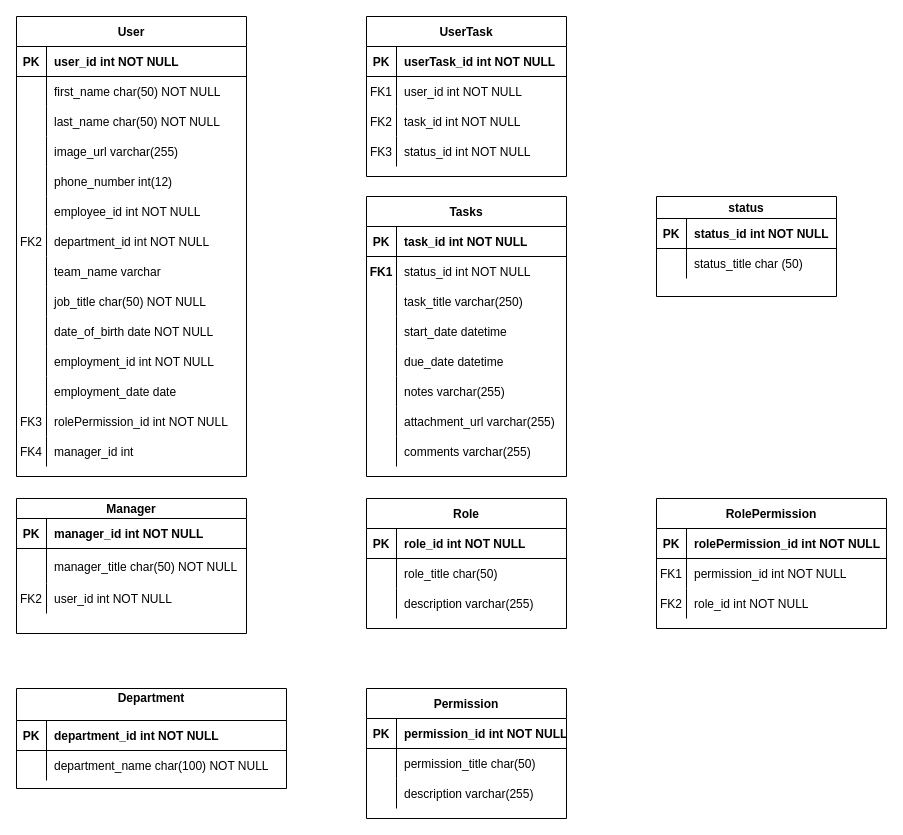
opeyemi-jonah/Employee-onboarding-app keeps this draw.io diagram as Untitled Diagram.drawio. Above is the earlier version. Source tidied: cells renumbered, new cells numbered last; positions are measured from the earlier drawing's top-left corner, leaving out a move shared by most shapes. Both pictures are drawn from the tidied source at 100%, with x=0, y=0 at pixel (16, 16).
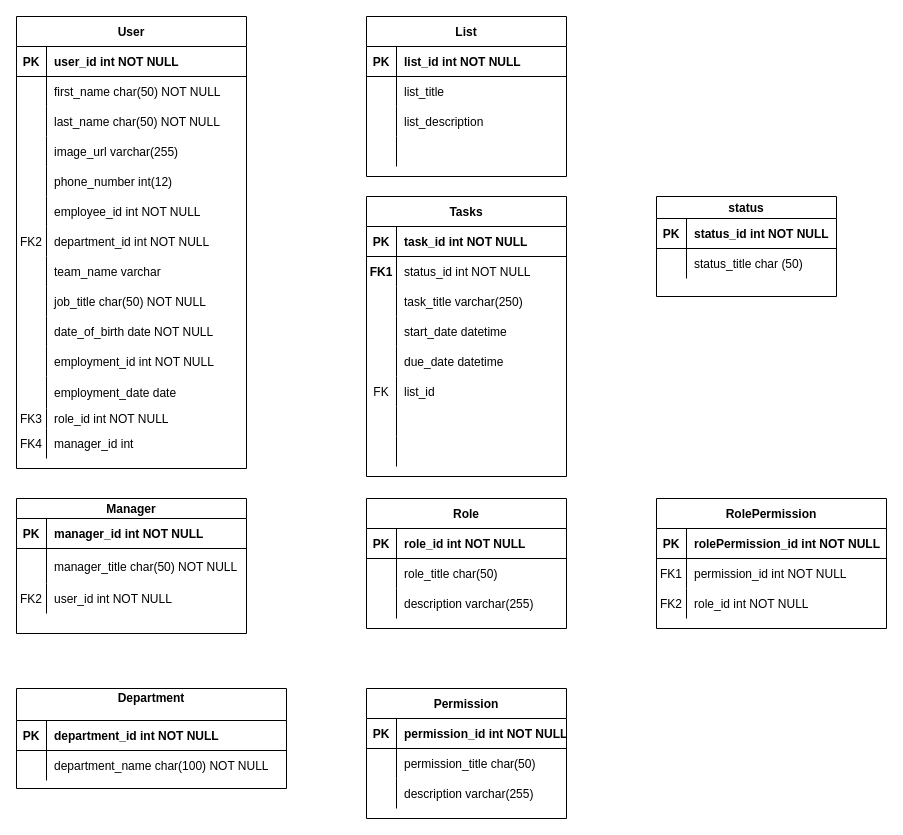
Above is the later version.

Commit message:
removed columns from Task table and created a List table

Unchanged cells that the change refers to:
```xml
<mxCell id="78" style="shape=partialRectangle;fillColor=none;top=0;left=0;right=0;bottom=0;" parent="62" vertex="1">
  <mxGeometry y="180" width="200" height="30" as="geometry" />
</mxCell>
<mxCell id="81" style="shape=partialRectangle;fillColor=none;top=0;left=0;right=0;bottom=0;" parent="62" vertex="1">
  <mxGeometry y="210" width="200" height="30" as="geometry" />
</mxCell>
<mxCell id="84" style="shape=partialRectangle;fillColor=none;top=0;left=0;right=0;bottom=0;" parent="62" vertex="1">
  <mxGeometry y="240" width="200" height="30" as="geometry" />
</mxCell>
<mxCell id="125" style="shape=partialRectangle;fillColor=none;top=0;left=0;right=0;bottom=1;" parent="124" vertex="1">
  <mxGeometry y="30" width="200" height="30" as="geometry" />
</mxCell>
<mxCell id="128" style="shape=partialRectangle;fillColor=none;top=0;left=0;right=0;bottom=0;" parent="124" vertex="1">
  <mxGeometry y="60" width="200" height="30" as="geometry" />
</mxCell>
<mxCell id="131" style="shape=partialRectangle;fillColor=none;top=0;left=0;right=0;bottom=0;" parent="124" vertex="1">
  <mxGeometry y="90" width="200" height="30" as="geometry" />
</mxCell>
<mxCell id="134" style="shape=partialRectangle;fillColor=none;top=0;left=0;right=0;bottom=0;" parent="124" vertex="1">
  <mxGeometry y="120" width="200" height="30" as="geometry" />
</mxCell>
```

Change to the diagram source:
```diff
@@
     <mxCell id="19" value="User" style="shape=table;startSize=30;childLayout=tableLayout;rowLines=0;fontStyle=1;align=center;" parent="1" vertex="1">
-      <mxGeometry width="230" height="460" as="geometry" />
+      <mxGeometry width="230" height="452" as="geometry" />
     </mxCell>
@@
     <mxCell id="53" style="shape=partialRectangle;fillColor=none;top=0;left=0;right=0;bottom=0;" parent="19" vertex="1">
-      <mxGeometry y="360" width="230" height="30" as="geometry" />
+      <mxGeometry y="360" width="230" height="32" as="geometry" />
     </mxCell>
     <mxCell id="54" style="shape=partialRectangle;overflow=hidden;fillColor=none;top=0;left=0;bottom=0;right=0;" parent="53" vertex="1">
-      <mxGeometry width="30" height="30" as="geometry" />
+      <mxGeometry width="30" height="32" as="geometry" />
     </mxCell>
     <mxCell id="55" value="employment_date date" style="shape=partialRectangle;overflow=hidden;fillColor=none;top=0;left=0;bottom=0;right=0;align=left;spacingLeft=6;" parent="53" vertex="1">
-      <mxGeometry x="30" width="200" height="30" as="geometry" />
+      <mxGeometry x="30" width="200" height="32" as="geometry" />
     </mxCell>
     <mxCell id="56" style="shape=partialRectangle;fillColor=none;top=0;left=0;right=0;bottom=0;" parent="19" vertex="1">
-      <mxGeometry y="390" width="230" height="30" as="geometry" />
+      <mxGeometry y="392" width="230" height="20" as="geometry" />
     </mxCell>
     <mxCell id="57" value="FK3" style="shape=partialRectangle;overflow=hidden;fillColor=none;top=0;left=0;bottom=0;right=0;" parent="56" vertex="1">
-      <mxGeometry width="30" height="30" as="geometry" />
+      <mxGeometry width="30" height="20" as="geometry" />
     </mxCell>
-    <mxCell id="58" value="rolePermission_id int NOT NULL" style="shape=partialRectangle;overflow=hidden;fillColor=none;top=0;left=0;bottom=0;right=0;align=left;spacingLeft=6;" parent="56" vertex="1">
-      <mxGeometry x="30" width="200" height="30" as="geometry" />
+    <mxCell id="58" value="role_id int NOT NULL" style="shape=partialRectangle;overflow=hidden;fillColor=none;top=0;left=0;bottom=0;right=0;align=left;spacingLeft=6;" parent="56" vertex="1">
+      <mxGeometry x="30" width="200" height="20" as="geometry" />
     </mxCell>
     <mxCell id="59" style="shape=partialRectangle;fillColor=none;top=0;left=0;right=0;bottom=0;" parent="19" vertex="1">
-      <mxGeometry y="420" width="230" height="30" as="geometry" />
+      <mxGeometry y="412" width="230" height="30" as="geometry" />
     </mxCell>
@@
-    <mxCell id="79" style="shape=partialRectangle;overflow=hidden;fillColor=none;top=0;left=0;bottom=0;right=0;" parent="78" vertex="1">
+    <mxCell id="79" value="FK" style="shape=partialRectangle;overflow=hidden;fillColor=none;top=0;left=0;bottom=0;right=0;" parent="78" vertex="1">
       <mxGeometry width="30" height="30" as="geometry" />
     </mxCell>
-    <mxCell id="80" value="notes varchar(255)" style="shape=partialRectangle;overflow=hidden;fillColor=none;top=0;left=0;bottom=0;right=0;align=left;spacingLeft=6;" parent="78" vertex="1">
+    <mxCell id="80" value="list_id" style="shape=partialRectangle;overflow=hidden;fillColor=none;top=0;left=0;bottom=0;right=0;align=left;spacingLeft=6;" parent="78" vertex="1">
       <mxGeometry x="30" width="170" height="30" as="geometry" />
     </mxCell>
@@
-    <mxCell id="83" value="attachment_url varchar(255)" style="shape=partialRectangle;overflow=hidden;fillColor=none;top=0;left=0;bottom=0;right=0;align=left;spacingLeft=6;" parent="81" vertex="1">
+    <mxCell id="83" style="shape=partialRectangle;overflow=hidden;fillColor=none;top=0;left=0;bottom=0;right=0;align=left;spacingLeft=6;" parent="81" vertex="1">
       <mxGeometry x="30" width="170" height="30" as="geometry" />
     </mxCell>
@@
-    <mxCell id="86" value="comments varchar(255)" style="shape=partialRectangle;overflow=hidden;fillColor=none;top=0;left=0;bottom=0;right=0;align=left;spacingLeft=6;" parent="84" vertex="1">
+    <mxCell id="86" style="shape=partialRectangle;overflow=hidden;fillColor=none;top=0;left=0;bottom=0;right=0;align=left;spacingLeft=6;" parent="84" vertex="1">
       <mxGeometry x="30" width="170" height="30" as="geometry" />
     </mxCell>
@@
-    <mxCell id="124" value="UserTask" style="shape=table;startSize=30;childLayout=tableLayout;rowLines=0;fontStyle=1;align=center;" parent="1" vertex="1">
+    <mxCell id="124" value="List" style="shape=table;startSize=30;childLayout=tableLayout;rowLines=0;fontStyle=1;align=center;" parent="1" vertex="1">
       <mxGeometry x="350" width="200" height="160" as="geometry" />
     </mxCell>
@@
-    <mxCell id="127" value="userTask_id int NOT NULL" style="shape=partialRectangle;overflow=hidden;fillColor=none;top=0;left=0;bottom=0;right=0;align=left;spacingLeft=6;fontStyle=1;" parent="125" vertex="1">
+    <mxCell id="127" value="list_id int NOT NULL" style="shape=partialRectangle;overflow=hidden;fillColor=none;top=0;left=0;bottom=0;right=0;align=left;spacingLeft=6;fontStyle=1;" parent="125" vertex="1">
       <mxGeometry x="30" width="170" height="30" as="geometry" />
     </mxCell>
@@
-    <mxCell id="129" value="FK1" style="shape=partialRectangle;overflow=hidden;fillColor=none;top=0;left=0;bottom=0;right=0;" parent="128" vertex="1">
+    <mxCell id="129" style="shape=partialRectangle;overflow=hidden;fillColor=none;top=0;left=0;bottom=0;right=0;" parent="128" vertex="1">
       <mxGeometry width="30" height="30" as="geometry" />
     </mxCell>
-    <mxCell id="130" value="user_id int NOT NULL" style="shape=partialRectangle;overflow=hidden;fillColor=none;top=0;left=0;bottom=0;right=0;align=left;spacingLeft=6;" parent="128" vertex="1">
+    <mxCell id="130" value="list_title" style="shape=partialRectangle;overflow=hidden;fillColor=none;top=0;left=0;bottom=0;right=0;align=left;spacingLeft=6;" parent="128" vertex="1">
       <mxGeometry x="30" width="170" height="30" as="geometry" />
     </mxCell>
@@
-    <mxCell id="132" value="FK2" style="shape=partialRectangle;overflow=hidden;fillColor=none;top=0;left=0;bottom=0;right=0;" parent="131" vertex="1">
+    <mxCell id="132" style="shape=partialRectangle;overflow=hidden;fillColor=none;top=0;left=0;bottom=0;right=0;" parent="131" vertex="1">
       <mxGeometry width="30" height="30" as="geometry" />
     </mxCell>
-    <mxCell id="133" value="task_id int NOT NULL" style="shape=partialRectangle;overflow=hidden;fillColor=none;top=0;left=0;bottom=0;right=0;align=left;spacingLeft=6;" parent="131" vertex="1">
+    <mxCell id="133" value="list_description" style="shape=partialRectangle;overflow=hidden;fillColor=none;top=0;left=0;bottom=0;right=0;align=left;spacingLeft=6;" parent="131" vertex="1">
       <mxGeometry x="30" width="170" height="30" as="geometry" />
     </mxCell>
@@
-    <mxCell id="135" value="FK3" style="shape=partialRectangle;overflow=hidden;fillColor=none;top=0;left=0;bottom=0;right=0;" parent="134" vertex="1">
+    <mxCell id="135" style="shape=partialRectangle;overflow=hidden;fillColor=none;top=0;left=0;bottom=0;right=0;" parent="134" vertex="1">
       <mxGeometry width="30" height="30" as="geometry" />
     </mxCell>
-    <mxCell id="136" value="status_id int NOT NULL" style="shape=partialRectangle;overflow=hidden;fillColor=none;top=0;left=0;bottom=0;right=0;align=left;spacingLeft=6;" parent="134" vertex="1">
+    <mxCell id="136" style="shape=partialRectangle;overflow=hidden;fillColor=none;top=0;left=0;bottom=0;right=0;align=left;spacingLeft=6;" parent="134" vertex="1">
       <mxGeometry x="30" width="170" height="30" as="geometry" />
     </mxCell>
```
